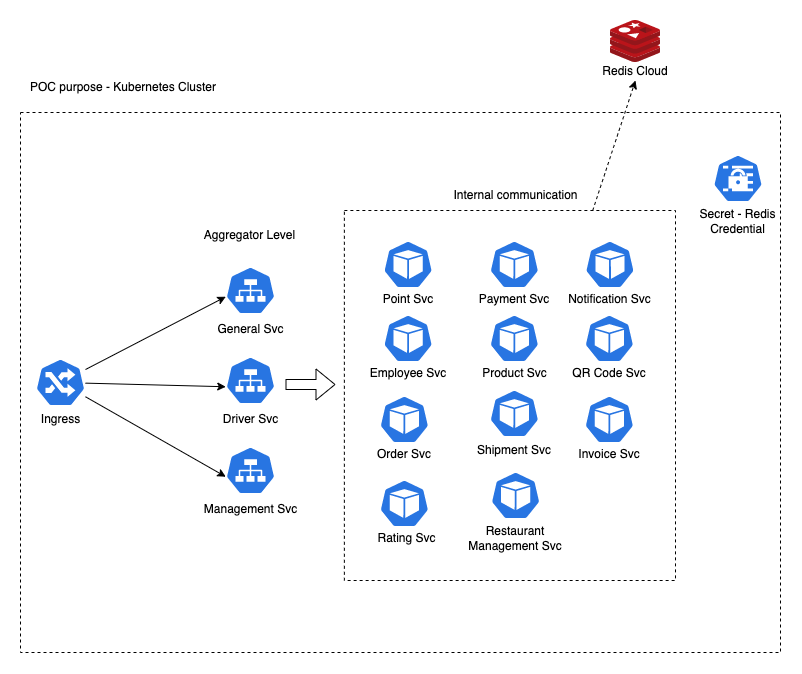
This is architecture/Technical High-Level Architecture.drawio.png from marttp/emp-friendly, a draw.io export, as it was before one commit. Source tidied: cells renumbered, new cells last; positions are measured from the earlier drawing's top-left corner, leaving out a move shared by most shapes. Its diagram source:
```xml
<mxGraphModel>
  <root>
    <mxCell id="0" />
    <mxCell id="1" parent="0" />
    <mxCell id="2" style="rounded=0;whiteSpace=wrap;html=1;fillColor=none;dashed=1;strokeWidth=1;" parent="1" vertex="1">
      <mxGeometry y="92" width="760" height="540" as="geometry" />
    </mxCell>
    <mxCell id="3" style="sketch=0;html=1;align=center;image;fontSize=12;image=img/lib/mscae/Cache_Redis_Product.svg;" parent="1" vertex="1">
      <mxGeometry x="590" width="50" height="42" as="geometry" />
    </mxCell>
    <mxCell id="4" value="Redis Cloud" style="text;html=1;strokeColor=none;fillColor=none;align=center;verticalAlign=middle;whiteSpace=wrap;rounded=0;" parent="1" vertex="1">
      <mxGeometry x="575" y="42" width="80" height="18" as="geometry" />
    </mxCell>
    <mxCell id="5" value="POC purpose - Kubernetes Cluster" style="text;html=1;strokeColor=none;fillColor=none;align=center;verticalAlign=middle;whiteSpace=wrap;rounded=0;dashed=1;" parent="1" vertex="1">
      <mxGeometry y="52" width="206" height="30" as="geometry" />
    </mxCell>
    <mxCell id="6" style="sketch=0;html=1;dashed=0;whitespace=wrap;fillColor=#2875E2;strokeColor=#ffffff;shape=mxgraph.kubernetes.icon;prIcon=secret;" parent="1" vertex="1">
      <mxGeometry x="692.5" y="134" width="50" height="48" as="geometry" />
    </mxCell>
    <mxCell id="7" value="Secret - Redis Credential" style="text;html=1;strokeColor=none;fillColor=none;align=center;verticalAlign=middle;whiteSpace=wrap;rounded=0;dashed=1;" parent="1" vertex="1">
      <mxGeometry x="675" y="186" width="85" height="30" as="geometry" />
    </mxCell>
    <mxCell id="8" style="sketch=0;html=1;dashed=0;whitespace=wrap;fillColor=#2875E2;strokeColor=#ffffff;points=[[0.005,0.63,0],[0.1,0.2,0],[0.9,0.2,0],[0.5,0,0],[0.995,0.63,0],[0.72,0.99,0],[0.5,1,0],[0.28,0.99,0]];shape=mxgraph.kubernetes.icon;prIcon=svc;" parent="1" vertex="1">
      <mxGeometry x="205" y="246" width="50" height="48" as="geometry" />
    </mxCell>
    <mxCell id="9" style="sketch=0;html=1;dashed=0;whitespace=wrap;fillColor=#2875E2;strokeColor=#ffffff;shape=mxgraph.kubernetes.icon;prIcon=pod;" parent="1" vertex="1">
      <mxGeometry x="362.6" y="294" width="50" height="48" as="geometry" />
    </mxCell>
    <mxCell id="10" style="edgeStyle=none;rounded=0;jettySize=auto;html=1;entryX=0.005;entryY=0.63;entryDx=0;entryDy=0;entryPerimeter=0;" parent="1" edge="1" source="13" target="8">
      <mxGeometry relative="1" as="geometry" />
    </mxCell>
    <mxCell id="11" style="edgeStyle=none;rounded=0;jettySize=auto;html=1;entryX=0.005;entryY=0.63;entryDx=0;entryDy=0;entryPerimeter=0;" parent="1" edge="1" source="13" target="17">
      <mxGeometry relative="1" as="geometry" />
    </mxCell>
    <mxCell id="12" style="edgeStyle=none;rounded=0;jettySize=auto;html=1;entryX=0.005;entryY=0.63;entryDx=0;entryDy=0;entryPerimeter=0;" parent="1" edge="1" source="13" target="19">
      <mxGeometry relative="1" as="geometry" />
    </mxCell>
    <mxCell id="13" style="sketch=0;html=1;dashed=0;whitespace=wrap;fillColor=#2875E2;strokeColor=#ffffff;points=[[0.005,0.63,0],[0.1,0.2,0],[0.9,0.2,0],[0.5,0,0],[0.995,0.63,0],[0.72,0.99,0],[0.5,1,0],[0.28,0.99,0]];shape=mxgraph.kubernetes.icon;prIcon=ing;" parent="1" vertex="1">
      <mxGeometry x="15" y="338" width="50" height="48" as="geometry" />
    </mxCell>
    <mxCell id="14" value="Ingress" style="text;html=1;strokeColor=none;fillColor=none;align=center;verticalAlign=middle;whiteSpace=wrap;rounded=0;dashed=1;" parent="1" vertex="1">
      <mxGeometry x="7.5" y="389" width="65" height="20" as="geometry" />
    </mxCell>
    <mxCell id="15" value="Employee Svc" style="text;html=1;strokeColor=none;fillColor=none;align=center;verticalAlign=middle;whiteSpace=wrap;rounded=0;dashed=1;" parent="1" vertex="1">
      <mxGeometry x="347.6" y="342" width="80" height="22" as="geometry" />
    </mxCell>
    <mxCell id="16" value="General Svc" style="text;html=1;strokeColor=none;fillColor=none;align=center;verticalAlign=middle;whiteSpace=wrap;rounded=0;dashed=1;" parent="1" vertex="1">
      <mxGeometry x="177.5" y="294" width="105" height="30" as="geometry" />
    </mxCell>
    <mxCell id="17" style="sketch=0;html=1;dashed=0;whitespace=wrap;fillColor=#2875E2;strokeColor=#ffffff;points=[[0.005,0.63,0],[0.1,0.2,0],[0.9,0.2,0],[0.5,0,0],[0.995,0.63,0],[0.72,0.99,0],[0.5,1,0],[0.28,0.99,0]];shape=mxgraph.kubernetes.icon;prIcon=svc;" parent="1" vertex="1">
      <mxGeometry x="205" y="336" width="50" height="48" as="geometry" />
    </mxCell>
    <mxCell id="18" value="Driver Svc" style="text;html=1;strokeColor=none;fillColor=none;align=center;verticalAlign=middle;whiteSpace=wrap;rounded=0;dashed=1;" parent="1" vertex="1">
      <mxGeometry x="177.5" y="384" width="105" height="30" as="geometry" />
    </mxCell>
    <mxCell id="19" style="sketch=0;html=1;dashed=0;whitespace=wrap;fillColor=#2875E2;strokeColor=#ffffff;points=[[0.005,0.63,0],[0.1,0.2,0],[0.9,0.2,0],[0.5,0,0],[0.995,0.63,0],[0.72,0.99,0],[0.5,1,0],[0.28,0.99,0]];shape=mxgraph.kubernetes.icon;prIcon=svc;" parent="1" vertex="1">
      <mxGeometry x="205" y="426" width="50" height="48" as="geometry" />
    </mxCell>
    <mxCell id="20" value="Management Svc" style="text;html=1;strokeColor=none;fillColor=none;align=center;verticalAlign=middle;whiteSpace=wrap;rounded=0;dashed=1;" parent="1" vertex="1">
      <mxGeometry x="177.5" y="474" width="105" height="30" as="geometry" />
    </mxCell>
    <mxCell id="21" style="sketch=0;html=1;dashed=0;whitespace=wrap;fillColor=#2875E2;strokeColor=#ffffff;shape=mxgraph.kubernetes.icon;prIcon=pod;" parent="1" vertex="1">
      <mxGeometry x="362.6" y="220" width="50" height="48" as="geometry" />
    </mxCell>
    <mxCell id="22" value="Point Svc" style="text;html=1;strokeColor=none;fillColor=none;align=center;verticalAlign=middle;whiteSpace=wrap;rounded=0;dashed=1;" parent="1" vertex="1">
      <mxGeometry x="358.9" y="268" width="57.5" height="22" as="geometry" />
    </mxCell>
    <mxCell id="23" style="sketch=0;html=1;dashed=0;whitespace=wrap;fillColor=#2875E2;strokeColor=#ffffff;shape=mxgraph.kubernetes.icon;prIcon=pod;" parent="1" vertex="1">
      <mxGeometry x="358.9" y="375" width="50" height="48" as="geometry" />
    </mxCell>
    <mxCell id="24" value="Order Svc" style="text;html=1;strokeColor=none;fillColor=none;align=center;verticalAlign=middle;whiteSpace=wrap;rounded=0;dashed=1;" parent="1" vertex="1">
      <mxGeometry x="355.1" y="423" width="57.5" height="22" as="geometry" />
    </mxCell>
    <mxCell id="25" style="sketch=0;html=1;dashed=0;whitespace=wrap;fillColor=#2875E2;strokeColor=#ffffff;shape=mxgraph.kubernetes.icon;prIcon=pod;" parent="1" vertex="1">
      <mxGeometry x="358.9" y="459" width="50" height="48" as="geometry" />
    </mxCell>
    <mxCell id="26" value="Rating Svc" style="text;html=1;strokeColor=none;fillColor=none;align=center;verticalAlign=middle;whiteSpace=wrap;rounded=0;dashed=1;" parent="1" vertex="1">
      <mxGeometry x="355.1" y="507" width="62.5" height="22" as="geometry" />
    </mxCell>
    <mxCell id="27" style="sketch=0;html=1;dashed=0;whitespace=wrap;fillColor=#2875E2;strokeColor=#ffffff;shape=mxgraph.kubernetes.icon;prIcon=pod;" parent="1" vertex="1">
      <mxGeometry x="470.1" y="451" width="50" height="48" as="geometry" />
    </mxCell>
    <mxCell id="28" value="Restaurant Management Svc" style="text;html=1;strokeColor=none;fillColor=none;align=center;verticalAlign=middle;whiteSpace=wrap;rounded=0;dashed=1;" parent="1" vertex="1">
      <mxGeometry x="445.1" y="507" width="100" height="22" as="geometry" />
    </mxCell>
    <mxCell id="29" style="sketch=0;html=1;dashed=0;whitespace=wrap;fillColor=#2875E2;strokeColor=#ffffff;shape=mxgraph.kubernetes.icon;prIcon=pod;" parent="1" vertex="1">
      <mxGeometry x="468.9" y="369" width="50" height="48" as="geometry" />
    </mxCell>
    <mxCell id="30" value="Shipment Svc" style="text;html=1;strokeColor=none;fillColor=none;align=center;verticalAlign=middle;whiteSpace=wrap;rounded=0;dashed=1;" parent="1" vertex="1">
      <mxGeometry x="453.9" y="419" width="80" height="22" as="geometry" />
    </mxCell>
    <mxCell id="31" style="sketch=0;html=1;dashed=0;whitespace=wrap;fillColor=#2875E2;strokeColor=#ffffff;shape=mxgraph.kubernetes.icon;prIcon=pod;" parent="1" vertex="1">
      <mxGeometry x="563.9" y="375" width="50" height="48" as="geometry" />
    </mxCell>
    <mxCell id="32" value="Invoice Svc" style="text;html=1;strokeColor=none;fillColor=none;align=center;verticalAlign=middle;whiteSpace=wrap;rounded=0;dashed=1;" parent="1" vertex="1">
      <mxGeometry x="555.8" y="423" width="66.2" height="22" as="geometry" />
    </mxCell>
    <mxCell id="33" style="sketch=0;html=1;dashed=0;whitespace=wrap;fillColor=#2875E2;strokeColor=#ffffff;shape=mxgraph.kubernetes.icon;prIcon=pod;" parent="1" vertex="1">
      <mxGeometry x="468.9" y="220" width="50" height="48" as="geometry" />
    </mxCell>
    <mxCell id="34" value="Payment Svc" style="text;html=1;strokeColor=none;fillColor=none;align=center;verticalAlign=middle;whiteSpace=wrap;rounded=0;dashed=1;" parent="1" vertex="1">
      <mxGeometry x="453.9" y="268" width="80" height="22" as="geometry" />
    </mxCell>
    <mxCell id="35" style="sketch=0;html=1;dashed=0;whitespace=wrap;fillColor=#2875E2;strokeColor=#ffffff;shape=mxgraph.kubernetes.icon;prIcon=pod;" parent="1" vertex="1">
      <mxGeometry x="468.9" y="294" width="50" height="48" as="geometry" />
    </mxCell>
    <mxCell id="36" value="Product Svc" style="text;html=1;strokeColor=none;fillColor=none;align=center;verticalAlign=middle;whiteSpace=wrap;rounded=0;dashed=1;" parent="1" vertex="1">
      <mxGeometry x="457.6" y="342" width="72.5" height="22" as="geometry" />
    </mxCell>
    <mxCell id="37" style="sketch=0;html=1;dashed=0;whitespace=wrap;fillColor=#2875E2;strokeColor=#ffffff;shape=mxgraph.kubernetes.icon;prIcon=pod;" parent="1" vertex="1">
      <mxGeometry x="563.9" y="294" width="50" height="48" as="geometry" />
    </mxCell>
    <mxCell id="38" value="QR Code Svc" style="text;html=1;strokeColor=none;fillColor=none;align=center;verticalAlign=middle;whiteSpace=wrap;rounded=0;dashed=1;" parent="1" vertex="1">
      <mxGeometry x="544.4" y="345.5" width="90" height="15" as="geometry" />
    </mxCell>
    <mxCell id="39" style="sketch=0;html=1;dashed=0;whitespace=wrap;fillColor=#2875E2;strokeColor=#ffffff;shape=mxgraph.kubernetes.icon;prIcon=pod;" parent="1" vertex="1">
      <mxGeometry x="564.4" y="220" width="50" height="48" as="geometry" />
    </mxCell>
    <mxCell id="40" value="Notification Svc" style="text;html=1;strokeColor=none;fillColor=none;align=center;verticalAlign=middle;whiteSpace=wrap;rounded=0;dashed=1;" parent="1" vertex="1">
      <mxGeometry x="543.9" y="268" width="91.1" height="22" as="geometry" />
    </mxCell>
    <mxCell id="41" style="rounded=0;whiteSpace=wrap;html=1;fillColor=none;dashed=1;strokeWidth=1;" parent="1" vertex="1">
      <mxGeometry x="323.9" y="190" width="331.1" height="370" as="geometry" />
    </mxCell>
    <mxCell id="42" value="Internal communication" style="text;html=1;strokeColor=none;fillColor=none;align=center;verticalAlign=middle;whiteSpace=wrap;rounded=0;dashed=1;" parent="1" vertex="1">
      <mxGeometry x="424.7" y="160" width="140.9" height="30" as="geometry" />
    </mxCell>
    <mxCell id="43" style="shape=flexArrow;endArrow=classic;html=1;rounded=0;" parent="1" edge="1">
      <mxGeometry relative="1" as="geometry">
        <mxPoint x="265" y="364" as="sourcePoint" />
        <mxPoint x="315" y="364" as="targetPoint" />
      </mxGeometry>
    </mxCell>
    <mxCell id="44" value="Aggregator Level" style="text;html=1;strokeColor=none;fillColor=none;align=center;verticalAlign=middle;whiteSpace=wrap;rounded=0;dashed=1;" parent="1" vertex="1">
      <mxGeometry x="172.3" y="200" width="115.4" height="30" as="geometry" />
    </mxCell>
    <mxCell id="45" style="endArrow=classic;html=1;rounded=0;exitX=0.75;exitY=0;exitDx=0;exitDy=0;entryX=0.5;entryY=1;entryDx=0;entryDy=0;dashed=1;" parent="1" edge="1" source="41" target="4">
      <mxGeometry relative="1" as="geometry" />
    </mxCell>
  </root>
</mxGraphModel>
```
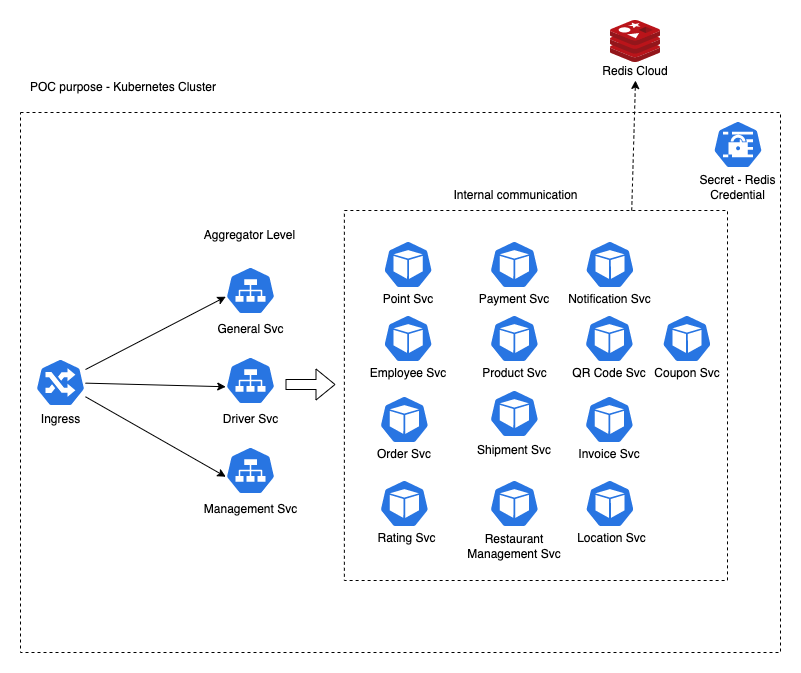
After the commit.

Commit message:
Add Location & Coupon Service

What changed in the source:
```diff
@@ -5,6 +5,9 @@
     <mxCell id="2" style="rounded=0;whiteSpace=wrap;html=1;fillColor=none;dashed=1;strokeWidth=1;" parent="1" vertex="1">
       <mxGeometry y="92" width="760" height="540" as="geometry" />
     </mxCell>
+    <mxCell id="41" style="rounded=0;whiteSpace=wrap;html=1;fillColor=none;dashed=1;strokeWidth=1;" parent="1" vertex="1">
+      <mxGeometry x="323.9" y="190" width="383.1" height="370" as="geometry" />
+    </mxCell>
     <mxCell id="3" style="sketch=0;html=1;align=center;image;fontSize=12;image=img/lib/mscae/Cache_Redis_Product.svg;" parent="1" vertex="1">
       <mxGeometry x="590" width="50" height="42" as="geometry" />
     </mxCell>
@@ -15,10 +18,10 @@
       <mxGeometry y="52" width="206" height="30" as="geometry" />
     </mxCell>
     <mxCell id="6" style="sketch=0;html=1;dashed=0;whitespace=wrap;fillColor=#2875E2;strokeColor=#ffffff;shape=mxgraph.kubernetes.icon;prIcon=secret;" parent="1" vertex="1">
-      <mxGeometry x="692.5" y="134" width="50" height="48" as="geometry" />
+      <mxGeometry x="692.5" y="100" width="50" height="48" as="geometry" />
     </mxCell>
     <mxCell id="7" value="Secret - Redis Credential" style="text;html=1;strokeColor=none;fillColor=none;align=center;verticalAlign=middle;whiteSpace=wrap;rounded=0;dashed=1;" parent="1" vertex="1">
-      <mxGeometry x="675" y="186" width="85" height="30" as="geometry" />
+      <mxGeometry x="675" y="152" width="85" height="30" as="geometry" />
     </mxCell>
     <mxCell id="8" style="sketch=0;html=1;dashed=0;whitespace=wrap;fillColor=#2875E2;strokeColor=#ffffff;points=[[0.005,0.63,0],[0.1,0.2,0],[0.9,0.2,0],[0.5,0,0],[0.995,0.63,0],[0.72,0.99,0],[0.5,1,0],[0.28,0.99,0]];shape=mxgraph.kubernetes.icon;prIcon=svc;" parent="1" vertex="1">
       <mxGeometry x="205" y="246" width="50" height="48" as="geometry" />
@@ -78,10 +81,10 @@
       <mxGeometry x="355.1" y="507" width="62.5" height="22" as="geometry" />
     </mxCell>
     <mxCell id="27" style="sketch=0;html=1;dashed=0;whitespace=wrap;fillColor=#2875E2;strokeColor=#ffffff;shape=mxgraph.kubernetes.icon;prIcon=pod;" parent="1" vertex="1">
-      <mxGeometry x="470.1" y="451" width="50" height="48" as="geometry" />
+      <mxGeometry x="468.9" y="459" width="50" height="48" as="geometry" />
     </mxCell>
     <mxCell id="28" value="Restaurant Management Svc" style="text;html=1;strokeColor=none;fillColor=none;align=center;verticalAlign=middle;whiteSpace=wrap;rounded=0;dashed=1;" parent="1" vertex="1">
-      <mxGeometry x="445.1" y="507" width="100" height="22" as="geometry" />
+      <mxGeometry x="443.9" y="515" width="100" height="22" as="geometry" />
     </mxCell>
     <mxCell id="29" style="sketch=0;html=1;dashed=0;whitespace=wrap;fillColor=#2875E2;strokeColor=#ffffff;shape=mxgraph.kubernetes.icon;prIcon=pod;" parent="1" vertex="1">
       <mxGeometry x="468.9" y="369" width="50" height="48" as="geometry" />
@@ -119,9 +122,6 @@
     <mxCell id="40" value="Notification Svc" style="text;html=1;strokeColor=none;fillColor=none;align=center;verticalAlign=middle;whiteSpace=wrap;rounded=0;dashed=1;" parent="1" vertex="1">
       <mxGeometry x="543.9" y="268" width="91.1" height="22" as="geometry" />
     </mxCell>
-    <mxCell id="41" style="rounded=0;whiteSpace=wrap;html=1;fillColor=none;dashed=1;strokeWidth=1;" parent="1" vertex="1">
-      <mxGeometry x="323.9" y="190" width="331.1" height="370" as="geometry" />
-    </mxCell>
     <mxCell id="42" value="Internal communication" style="text;html=1;strokeColor=none;fillColor=none;align=center;verticalAlign=middle;whiteSpace=wrap;rounded=0;dashed=1;" parent="1" vertex="1">
       <mxGeometry x="424.7" y="160" width="140.9" height="30" as="geometry" />
     </mxCell>
@@ -137,5 +137,17 @@
     <mxCell id="45" style="endArrow=classic;html=1;rounded=0;exitX=0.75;exitY=0;exitDx=0;exitDy=0;entryX=0.5;entryY=1;entryDx=0;entryDy=0;dashed=1;" parent="1" edge="1" source="41" target="4">
       <mxGeometry relative="1" as="geometry" />
     </mxCell>
+    <mxCell id="46" style="sketch=0;html=1;dashed=0;whitespace=wrap;fillColor=#2875E2;strokeColor=#ffffff;shape=mxgraph.kubernetes.icon;prIcon=pod;" parent="1" vertex="1">
+      <mxGeometry x="564.4" y="459" width="50" height="48" as="geometry" />
+    </mxCell>
+    <mxCell id="47" value="Location Svc" style="text;html=1;strokeColor=none;fillColor=none;align=center;verticalAlign=middle;whiteSpace=wrap;rounded=0;dashed=1;" parent="1" vertex="1">
+      <mxGeometry x="556.3" y="507" width="70.7" height="22" as="geometry" />
+    </mxCell>
+    <mxCell id="48" style="sketch=0;html=1;dashed=0;whitespace=wrap;fillColor=#2875E2;strokeColor=#ffffff;shape=mxgraph.kubernetes.icon;prIcon=pod;" parent="1" vertex="1">
+      <mxGeometry x="641.4" y="294" width="50" height="48" as="geometry" />
+    </mxCell>
+    <mxCell id="49" value="Coupon Svc" style="text;html=1;strokeColor=none;fillColor=none;align=center;verticalAlign=middle;whiteSpace=wrap;rounded=0;dashed=1;" parent="1" vertex="1">
+      <mxGeometry x="622" y="345.5" width="90" height="15" as="geometry" />
+    </mxCell>
   </root>
 </mxGraphModel>
```
